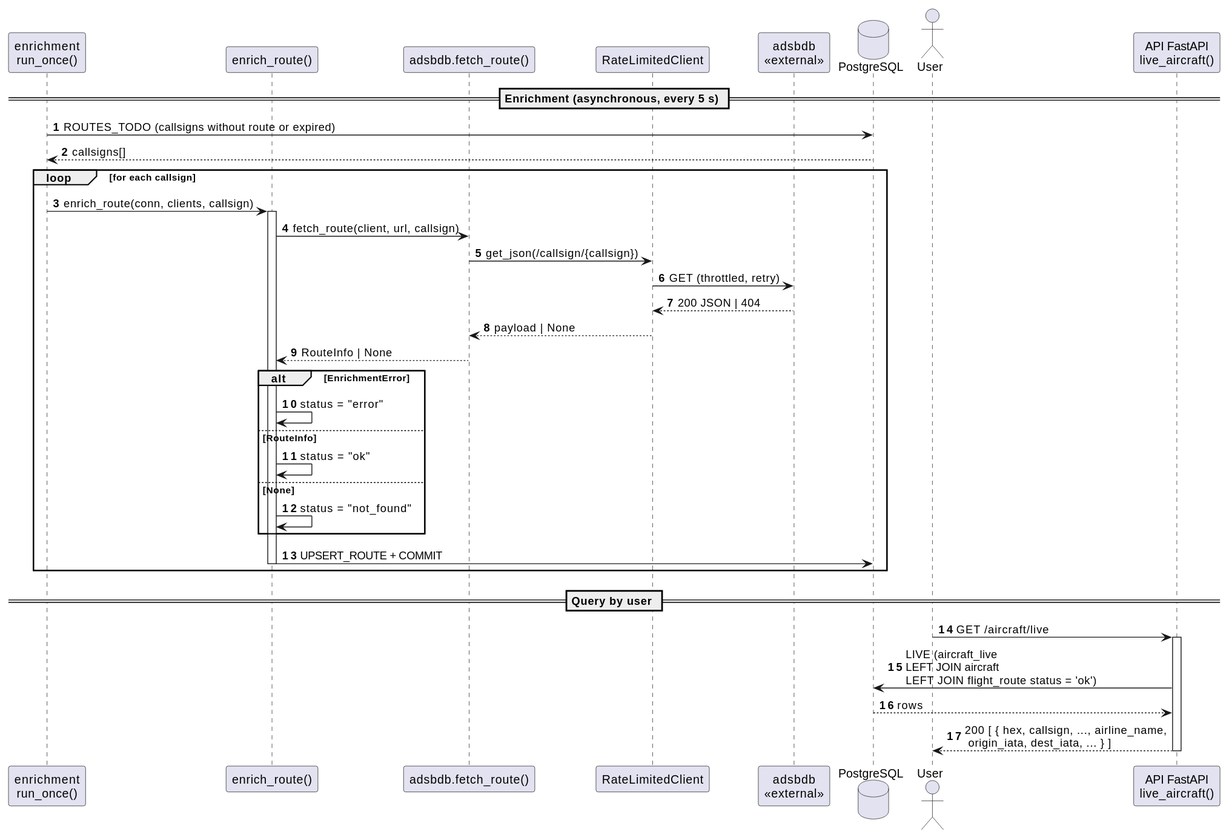
Before: docs/system-documentation/use-cases/US03/svg/sd_us03.svg, a diagram exported from PlantUML (miguelsiilva1/SkyTracer).
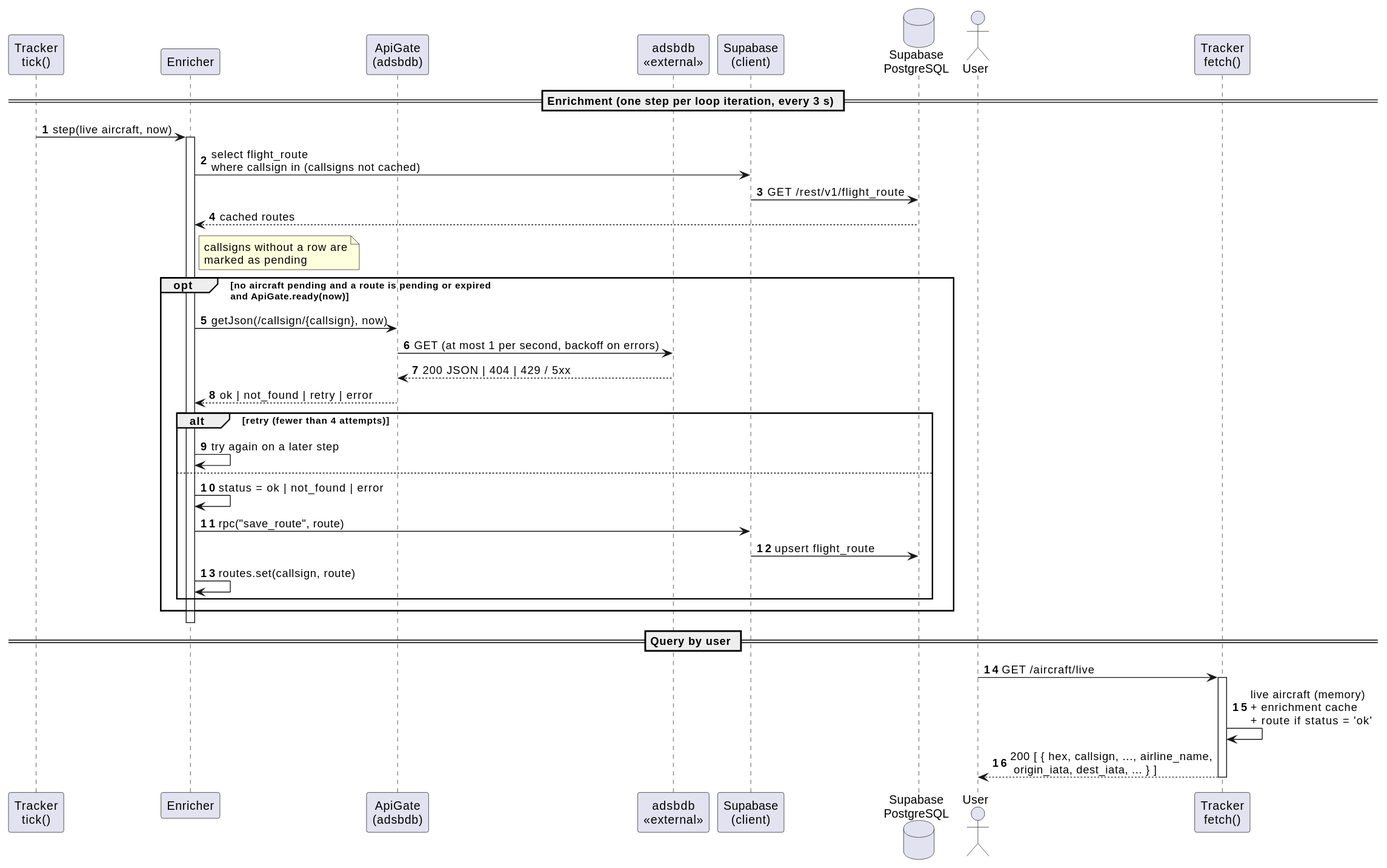
The same file after the commit.

Diff of the diagram source:
```diff
@@ -1,42 +1,41 @@
 @startuml
 autonumber
-participant "enrichment\nrun_once()" as W
-participant "enrich_route()" as ER
-participant "adsbdb.fetch_route()" as A
-participant "RateLimitedClient" as RL
+participant "Tracker\ntick()" as T
+participant "Enricher" as E
+participant "ApiGate\n(adsbdb)" as G
 participant "adsbdb\n<<external>>" as Ext
-database "PostgreSQL" as DB
+participant "Supabase\n(client)" as S
+database "Supabase\nPostgreSQL" as DB
 actor "User" as U
-participant "API FastAPI\nlive_aircraft()" as API
+participant "Tracker\nfetch()" as API
 
-== Enrichment (asynchronous, every 5 s) ==
-W -> DB : ROUTES_TODO (callsigns without route or expired)
-DB --> W : callsigns[]
-loop for each callsign
-  W -> ER : enrich_route(conn, clients, callsign)
-  activate ER
-  ER -> A : fetch_route(client, url, callsign)
-  A -> RL : get_json(/callsign/{callsign})
-  RL -> Ext : GET (throttled, retry)
-  Ext --> RL : 200 JSON | 404
-  RL --> A : payload | None
-  A --> ER : RouteInfo | None
-  alt EnrichmentError
-    ER -> ER : status = "error"
-  else RouteInfo
-    ER -> ER : status = "ok"
-  else None
-    ER -> ER : status = "not_found"
+== Enrichment (one step per loop iteration, every 3 s) ==
+T -> E : step(live aircraft, now)
+activate E
+E -> S : select flight_route\nwhere callsign in (callsigns not cached)
+S -> DB : GET /rest/v1/flight_route
+DB --> E : cached routes
+note right of E: callsigns without a row are\nmarked as pending
+opt no aircraft pending and a route is pending or expired\nand ApiGate.ready(now)
+  E -> G : getJson(/callsign/{callsign}, now)
+  G -> Ext : GET (at most 1 per second, backoff on errors)
+  Ext --> G : 200 JSON | 404 | 429 / 5xx
+  G --> E : ok | not_found | retry | error
+  alt retry (fewer than 4 attempts)
+    E -> E : try again on a later step
+  else
+    E -> E : status = ok | not_found | error
+    E -> S : rpc("save_route", route)
+    S -> DB : upsert flight_route
+    E -> E : routes.set(callsign, route)
   end
-  ER -> DB : UPSERT_ROUTE + COMMIT
-  deactivate ER
 end
+deactivate E
 
 == Query by user ==
 U -> API : GET /aircraft/live
 activate API
-API -> DB : LIVE (aircraft_live\nLEFT JOIN aircraft\nLEFT JOIN flight_route status = 'ok')
-DB --> API : rows
+API -> API : live aircraft (memory)\n+ enrichment cache\n+ route if status = 'ok'
 API --> U : 200 [ { hex, callsign, ..., airline_name,\n origin_iata, dest_iata, ... } ]
 deactivate API
 @enduml
```
